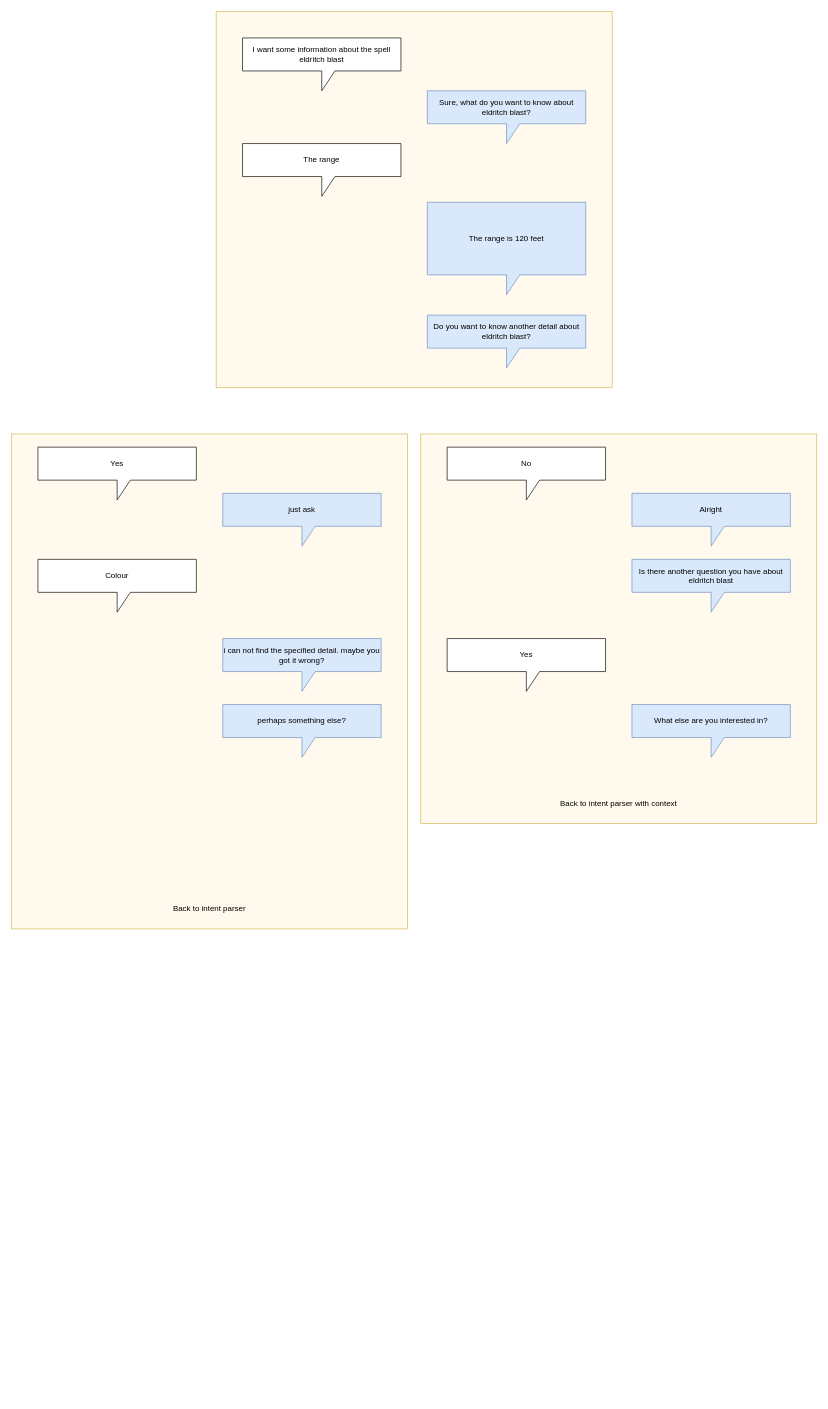
Earlier version of the draw.io diagram doc/flowDiagram/flowDiagram_getSingleDetail.drawio (Linyeir/spellcastmanager-skill). Source tidied: cells renumbered, new cells numbered last; positions are measured from the earlier drawing's top-left corner, leaving out a move shared by most shapes. Both pictures are drawn from the tidied source at 66%, with x=0, y=0 at pixel (11, 11).
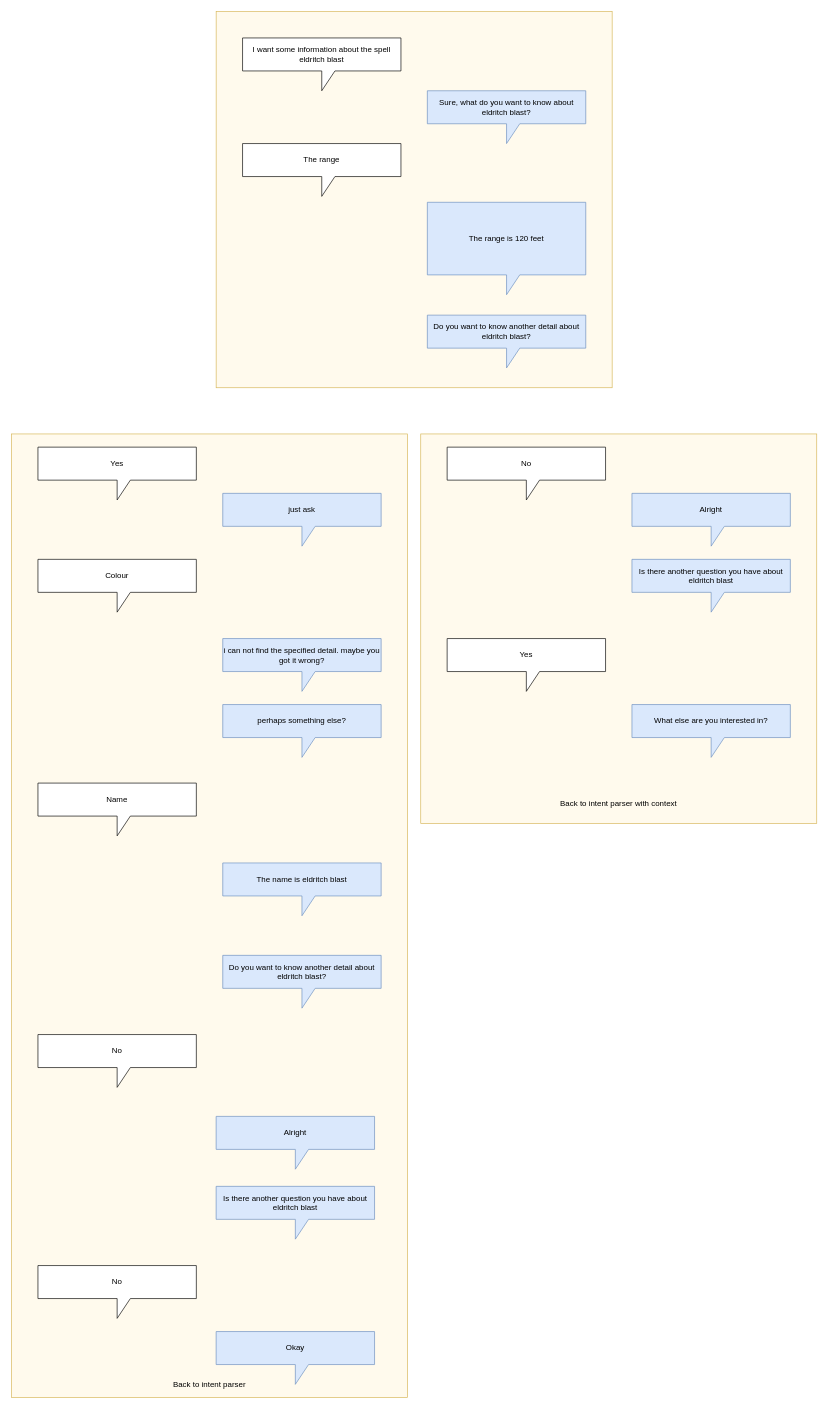
The same diagram, later.

What changed in the source:
```diff
@@
     <mxCell id="12" style="rounded=0;whiteSpace=wrap;html=1;strokeColor=#d6b656;fillColor=#FFFAED;" parent="1" vertex="1">
-      <mxGeometry y="640" width="600" height="750" as="geometry" />
+      <mxGeometry y="640" width="600" height="1460" as="geometry" />
     </mxCell>
     <mxCell id="13" value="Back to intent parser" style="text;html=1;strokeColor=none;fillColor=none;align=center;verticalAlign=middle;whiteSpace=wrap;rounded=0;" parent="1" vertex="1">
-      <mxGeometry x="200" y="1350" width="200" height="20" as="geometry" />
+      <mxGeometry x="200" y="2070" width="200" height="20" as="geometry" />
     </mxCell>
@@
+    <mxCell id="22" value="Name" style="shape=callout;whiteSpace=wrap;html=1;perimeter=calloutPerimeter;" parent="1" vertex="1">
+      <mxGeometry x="40" y="1169" width="240" height="80" as="geometry" />
+    </mxCell>
+    <mxCell id="23" value="The name is eldritch blast" style="shape=callout;whiteSpace=wrap;html=1;perimeter=calloutPerimeter;fillColor=#dae8fc;strokeColor=#6c8ebf;" parent="1" vertex="1">
+      <mxGeometry x="320" y="1290" width="240" height="80" as="geometry" />
+    </mxCell>
+    <mxCell id="24" value="Do you want to know another detail about eldritch blast?" style="shape=callout;whiteSpace=wrap;html=1;perimeter=calloutPerimeter;fillColor=#dae8fc;strokeColor=#6c8ebf;" parent="1" vertex="1">
+      <mxGeometry x="320" y="1430" width="240" height="80" as="geometry" />
+    </mxCell>
+    <mxCell id="25" value="No" style="shape=callout;whiteSpace=wrap;html=1;perimeter=calloutPerimeter;" parent="1" vertex="1">
+      <mxGeometry x="40" y="1550" width="240" height="80" as="geometry" />
+    </mxCell>
+    <mxCell id="26" value="Alright" style="shape=callout;whiteSpace=wrap;html=1;perimeter=calloutPerimeter;fillColor=#dae8fc;strokeColor=#6c8ebf;" parent="1" vertex="1">
+      <mxGeometry x="310" y="1674" width="240" height="80" as="geometry" />
+    </mxCell>
+    <mxCell id="27" value="&lt;div&gt;Is there another question you have about eldritch blast&lt;/div&gt;" style="shape=callout;whiteSpace=wrap;html=1;perimeter=calloutPerimeter;fillColor=#dae8fc;strokeColor=#6c8ebf;" parent="1" vertex="1">
+      <mxGeometry x="310" y="1780" width="240" height="80" as="geometry" />
+    </mxCell>
+    <mxCell id="28" value="No" style="shape=callout;whiteSpace=wrap;html=1;perimeter=calloutPerimeter;" parent="1" vertex="1">
+      <mxGeometry x="40" y="1900" width="240" height="80" as="geometry" />
+    </mxCell>
+    <mxCell id="29" value="Okay" style="shape=callout;whiteSpace=wrap;html=1;perimeter=calloutPerimeter;fillColor=#dae8fc;strokeColor=#6c8ebf;" parent="1" vertex="1">
+      <mxGeometry x="310" y="2000" width="240" height="80" as="geometry" />
+    </mxCell>
```
